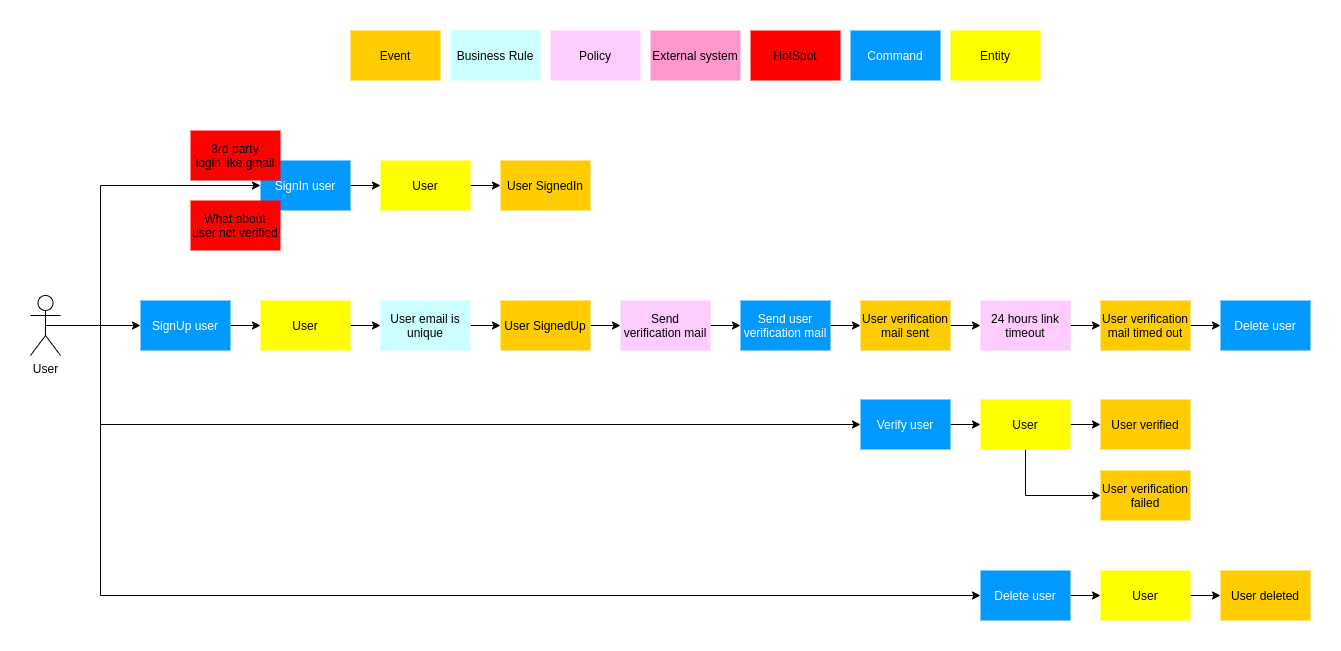
faparicior/ddd-symfony4-boilerplate keeps this draw.io diagram as doc/hugo/content/Bounded contexts/Users/UseCases/user-big-picture.png. Above is the earlier version. Source tidied: cells renumbered, new cells last; positions are measured from the earlier drawing's top-left corner, leaving out a move shared by most shapes. Source of this version:
```xml
<mxGraphModel>
  <root>
    <mxCell id="0" />
    <mxCell id="1" parent="0" />
    <mxCell id="2" value="Event" style="rounded=0;whiteSpace=wrap;html=1;fillColor=#ffcc00;strokeColor=none;" parent="1" vertex="1">
      <mxGeometry x="320" width="90" height="50" as="geometry" />
    </mxCell>
    <mxCell id="3" value="Business Rule" style="rounded=0;whiteSpace=wrap;html=1;fillColor=#ccffff;strokeColor=none;" parent="1" vertex="1">
      <mxGeometry x="420" width="90" height="50" as="geometry" />
    </mxCell>
    <mxCell id="4" value="Policy" style="rounded=0;whiteSpace=wrap;html=1;fillColor=#ffccff;strokeColor=none;" parent="1" vertex="1">
      <mxGeometry x="520" width="90" height="50" as="geometry" />
    </mxCell>
    <mxCell id="5" value="External system" style="rounded=0;whiteSpace=wrap;html=1;fillColor=#ff99cc;strokeColor=none;" parent="1" vertex="1">
      <mxGeometry x="620" width="90" height="50" as="geometry" />
    </mxCell>
    <mxCell id="6" value="HotSpot" style="rounded=0;whiteSpace=wrap;html=1;fillColor=#ff0000;strokeColor=none;" parent="1" vertex="1">
      <mxGeometry x="720" width="90" height="50" as="geometry" />
    </mxCell>
    <mxCell id="7" value="Command" style="rounded=0;whiteSpace=wrap;html=1;fillColor=#0099ff;strokeColor=none;fontColor=#FFFFFF;" parent="1" vertex="1">
      <mxGeometry x="820" width="90" height="50" as="geometry" />
    </mxCell>
    <mxCell id="8" value="User SignedIn" style="rounded=0;whiteSpace=wrap;html=1;fillColor=#ffcc00;strokeColor=none;" parent="1" vertex="1">
      <mxGeometry x="470" y="130" width="90" height="50" as="geometry" />
    </mxCell>
    <mxCell id="9" style="edgeStyle=orthogonalEdgeStyle;rounded=0;jettySize=auto;html=1;exitX=1;exitY=0.5;exitDx=0;exitDy=0;entryX=0;entryY=0.5;entryDx=0;entryDy=0;fontColor=#FFFFFF;" parent="1" edge="1" source="10" target="32">
      <mxGeometry relative="1" as="geometry" />
    </mxCell>
    <mxCell id="10" value="User SignedUp" style="rounded=0;whiteSpace=wrap;html=1;fillColor=#ffcc00;strokeColor=none;" parent="1" vertex="1">
      <mxGeometry x="470" y="270" width="90" height="50" as="geometry" />
    </mxCell>
    <mxCell id="11" style="edgeStyle=orthogonalEdgeStyle;rounded=0;jettySize=auto;html=1;exitX=1;exitY=0.5;exitDx=0;exitDy=0;entryX=0;entryY=0.5;entryDx=0;entryDy=0;fontColor=#FFFFFF;" parent="1" edge="1" source="12" target="36">
      <mxGeometry relative="1" as="geometry" />
    </mxCell>
    <mxCell id="12" value="User verification&lt;br&gt;mail sent" style="rounded=0;whiteSpace=wrap;html=1;fillColor=#ffcc00;strokeColor=none;" parent="1" vertex="1">
      <mxGeometry x="830" y="270" width="90" height="50" as="geometry" />
    </mxCell>
    <mxCell id="13" style="edgeStyle=orthogonalEdgeStyle;rounded=0;jettySize=auto;html=1;exitX=1;exitY=0.5;exitDx=0;exitDy=0;fontColor=#000000;" parent="1" edge="1" source="14" target="51">
      <mxGeometry relative="1" as="geometry" />
    </mxCell>
    <mxCell id="14" value="User verification&lt;br&gt;mail timed out" style="rounded=0;whiteSpace=wrap;html=1;fillColor=#ffcc00;strokeColor=none;" parent="1" vertex="1">
      <mxGeometry x="1070" y="270" width="90" height="50" as="geometry" />
    </mxCell>
    <mxCell id="15" value="User verified" style="rounded=0;whiteSpace=wrap;html=1;fillColor=#ffcc00;strokeColor=none;" parent="1" vertex="1">
      <mxGeometry x="1070" y="369" width="90" height="50" as="geometry" />
    </mxCell>
    <mxCell id="16" value="User verification&lt;br&gt;failed" style="rounded=0;whiteSpace=wrap;html=1;fillColor=#ffcc00;strokeColor=none;" parent="1" vertex="1">
      <mxGeometry x="1070" y="440" width="90" height="50" as="geometry" />
    </mxCell>
    <mxCell id="17" value="User deleted" style="rounded=0;whiteSpace=wrap;html=1;fillColor=#ffcc00;strokeColor=none;" parent="1" vertex="1">
      <mxGeometry x="1190" y="540" width="90" height="50" as="geometry" />
    </mxCell>
    <mxCell id="18" value="Entity" style="rounded=0;whiteSpace=wrap;html=1;fillColor=#ffff00;strokeColor=none;" parent="1" vertex="1">
      <mxGeometry x="920" width="90" height="50" as="geometry" />
    </mxCell>
    <mxCell id="19" style="edgeStyle=orthogonalEdgeStyle;rounded=0;jettySize=auto;html=1;exitX=1;exitY=0.5;exitDx=0;exitDy=0;entryX=0;entryY=0.5;entryDx=0;entryDy=0;fontColor=#FFFFFF;" parent="1" edge="1" source="20" target="22">
      <mxGeometry relative="1" as="geometry" />
    </mxCell>
    <mxCell id="20" value="SignIn user" style="rounded=0;whiteSpace=wrap;html=1;fillColor=#0099ff;strokeColor=none;fontColor=#FFFFFF;" parent="1" vertex="1">
      <mxGeometry x="230" y="130" width="90" height="50" as="geometry" />
    </mxCell>
    <mxCell id="21" style="edgeStyle=orthogonalEdgeStyle;rounded=0;jettySize=auto;html=1;exitX=1;exitY=0.5;exitDx=0;exitDy=0;entryX=0;entryY=0.5;entryDx=0;entryDy=0;fontColor=#FFFFFF;" parent="1" edge="1" source="22" target="8">
      <mxGeometry relative="1" as="geometry" />
    </mxCell>
    <mxCell id="22" value="User" style="rounded=0;whiteSpace=wrap;html=1;fillColor=#ffff00;strokeColor=none;" parent="1" vertex="1">
      <mxGeometry x="350" y="130" width="90" height="50" as="geometry" />
    </mxCell>
    <mxCell id="23" value="3rd party&lt;br&gt;login like gmail" style="rounded=0;whiteSpace=wrap;html=1;fillColor=#ff0000;strokeColor=none;" parent="1" vertex="1">
      <mxGeometry x="160" y="100" width="90" height="50" as="geometry" />
    </mxCell>
    <mxCell id="24" value="What about&lt;br&gt;user not verified" style="rounded=0;whiteSpace=wrap;html=1;fillColor=#ff0000;strokeColor=none;" parent="1" vertex="1">
      <mxGeometry x="160" y="170" width="90" height="50" as="geometry" />
    </mxCell>
    <mxCell id="25" style="edgeStyle=orthogonalEdgeStyle;rounded=0;jettySize=auto;html=1;exitX=1;exitY=0.5;exitDx=0;exitDy=0;entryX=0;entryY=0.5;entryDx=0;entryDy=0;fontColor=#FFFFFF;" parent="1" edge="1" source="26" target="10">
      <mxGeometry relative="1" as="geometry" />
    </mxCell>
    <mxCell id="26" value="User email is unique" style="rounded=0;whiteSpace=wrap;html=1;fillColor=#ccffff;strokeColor=none;" parent="1" vertex="1">
      <mxGeometry x="350" y="270" width="90" height="50" as="geometry" />
    </mxCell>
    <mxCell id="27" style="edgeStyle=orthogonalEdgeStyle;rounded=0;jettySize=auto;html=1;exitX=1;exitY=0.5;exitDx=0;exitDy=0;entryX=0;entryY=0.5;entryDx=0;entryDy=0;fontColor=#FFFFFF;" parent="1" edge="1" source="28" target="30">
      <mxGeometry relative="1" as="geometry" />
    </mxCell>
    <mxCell id="28" value="SignUp user" style="rounded=0;whiteSpace=wrap;html=1;fillColor=#0099ff;strokeColor=none;fontColor=#FFFFFF;" parent="1" vertex="1">
      <mxGeometry x="110" y="270" width="90" height="50" as="geometry" />
    </mxCell>
    <mxCell id="29" style="edgeStyle=orthogonalEdgeStyle;rounded=0;jettySize=auto;html=1;exitX=1;exitY=0.5;exitDx=0;exitDy=0;entryX=0;entryY=0.5;entryDx=0;entryDy=0;fontColor=#FFFFFF;" parent="1" edge="1" source="30" target="26">
      <mxGeometry relative="1" as="geometry" />
    </mxCell>
    <mxCell id="30" value="User" style="rounded=0;whiteSpace=wrap;html=1;fillColor=#ffff00;strokeColor=none;" parent="1" vertex="1">
      <mxGeometry x="230" y="270" width="90" height="50" as="geometry" />
    </mxCell>
    <mxCell id="31" style="edgeStyle=orthogonalEdgeStyle;rounded=0;jettySize=auto;html=1;exitX=1;exitY=0.5;exitDx=0;exitDy=0;entryX=0;entryY=0.5;entryDx=0;entryDy=0;fontColor=#FFFFFF;" parent="1" edge="1" source="32" target="34">
      <mxGeometry relative="1" as="geometry" />
    </mxCell>
    <mxCell id="32" value="Send verification mail" style="rounded=0;whiteSpace=wrap;html=1;fillColor=#ffccff;strokeColor=none;" parent="1" vertex="1">
      <mxGeometry x="590" y="270" width="90" height="50" as="geometry" />
    </mxCell>
    <mxCell id="33" style="edgeStyle=orthogonalEdgeStyle;rounded=0;jettySize=auto;html=1;exitX=1;exitY=0.5;exitDx=0;exitDy=0;fontColor=#FFFFFF;" parent="1" edge="1" source="34" target="12">
      <mxGeometry relative="1" as="geometry" />
    </mxCell>
    <mxCell id="34" value="Send user verification mail" style="rounded=0;whiteSpace=wrap;html=1;fillColor=#0099ff;strokeColor=none;fontColor=#FFFFFF;" parent="1" vertex="1">
      <mxGeometry x="710" y="270" width="90" height="50" as="geometry" />
    </mxCell>
    <mxCell id="35" style="edgeStyle=orthogonalEdgeStyle;rounded=0;jettySize=auto;html=1;exitX=1;exitY=0.5;exitDx=0;exitDy=0;entryX=0;entryY=0.5;entryDx=0;entryDy=0;fontColor=#FFFFFF;" parent="1" edge="1" source="36" target="14">
      <mxGeometry relative="1" as="geometry" />
    </mxCell>
    <mxCell id="36" value="24 hours link timeout" style="rounded=0;whiteSpace=wrap;html=1;fillColor=#ffccff;strokeColor=none;" parent="1" vertex="1">
      <mxGeometry x="950" y="270" width="90" height="50" as="geometry" />
    </mxCell>
    <mxCell id="37" style="edgeStyle=orthogonalEdgeStyle;rounded=0;jettySize=auto;html=1;exitX=1;exitY=0.5;exitDx=0;exitDy=0;entryX=0;entryY=0.5;entryDx=0;entryDy=0;fontColor=#FFFFFF;" parent="1" edge="1" source="38" target="41">
      <mxGeometry relative="1" as="geometry" />
    </mxCell>
    <mxCell id="38" value="Verify user" style="rounded=0;whiteSpace=wrap;html=1;fillColor=#0099ff;strokeColor=none;fontColor=#FFFFFF;" parent="1" vertex="1">
      <mxGeometry x="830" y="369" width="90" height="50" as="geometry" />
    </mxCell>
    <mxCell id="39" style="edgeStyle=orthogonalEdgeStyle;rounded=0;jettySize=auto;html=1;exitX=1;exitY=0.5;exitDx=0;exitDy=0;entryX=0;entryY=0.5;entryDx=0;entryDy=0;fontColor=#FFFFFF;" parent="1" edge="1" source="41" target="15">
      <mxGeometry relative="1" as="geometry" />
    </mxCell>
    <mxCell id="40" style="edgeStyle=orthogonalEdgeStyle;rounded=0;jettySize=auto;html=1;exitX=0.5;exitY=1;exitDx=0;exitDy=0;entryX=0;entryY=0.5;entryDx=0;entryDy=0;fontColor=#FFFFFF;" parent="1" edge="1" source="41" target="16">
      <mxGeometry relative="1" as="geometry" />
    </mxCell>
    <mxCell id="41" value="User" style="rounded=0;whiteSpace=wrap;html=1;fillColor=#ffff00;strokeColor=none;" parent="1" vertex="1">
      <mxGeometry x="950" y="369" width="90" height="50" as="geometry" />
    </mxCell>
    <mxCell id="42" style="edgeStyle=orthogonalEdgeStyle;rounded=0;jettySize=auto;html=1;exitX=1;exitY=0.5;exitDx=0;exitDy=0;entryX=0;entryY=0.5;entryDx=0;entryDy=0;fontColor=#FFFFFF;" parent="1" edge="1" source="43" target="45">
      <mxGeometry relative="1" as="geometry" />
    </mxCell>
    <mxCell id="43" value="Delete user" style="rounded=0;whiteSpace=wrap;html=1;fillColor=#0099ff;strokeColor=none;fontColor=#FFFFFF;" parent="1" vertex="1">
      <mxGeometry x="950" y="540" width="90" height="50" as="geometry" />
    </mxCell>
    <mxCell id="44" style="edgeStyle=orthogonalEdgeStyle;rounded=0;jettySize=auto;html=1;exitX=1;exitY=0.5;exitDx=0;exitDy=0;entryX=0;entryY=0.5;entryDx=0;entryDy=0;fontColor=#FFFFFF;" parent="1" edge="1" source="45" target="17">
      <mxGeometry relative="1" as="geometry" />
    </mxCell>
    <mxCell id="45" value="User" style="rounded=0;whiteSpace=wrap;html=1;fillColor=#ffff00;strokeColor=none;" parent="1" vertex="1">
      <mxGeometry x="1070" y="540" width="90" height="50" as="geometry" />
    </mxCell>
    <mxCell id="46" style="edgeStyle=orthogonalEdgeStyle;rounded=0;jettySize=auto;html=1;exitX=0.5;exitY=0.5;exitDx=0;exitDy=0;exitPerimeter=0;entryX=0;entryY=0.5;entryDx=0;entryDy=0;fontColor=#FFFFFF;" parent="1" edge="1" source="50" target="28">
      <mxGeometry relative="1" as="geometry" />
    </mxCell>
    <mxCell id="47" style="edgeStyle=orthogonalEdgeStyle;rounded=0;jettySize=auto;html=1;exitX=0.5;exitY=0.5;exitDx=0;exitDy=0;exitPerimeter=0;entryX=0;entryY=0.5;entryDx=0;entryDy=0;fontColor=#000000;" parent="1" edge="1" source="50" target="38">
      <mxGeometry relative="1" as="geometry">
        <Array as="points">
          <mxPoint x="70" y="295" />
          <mxPoint x="70" y="394" />
        </Array>
      </mxGeometry>
    </mxCell>
    <mxCell id="48" style="edgeStyle=orthogonalEdgeStyle;rounded=0;jettySize=auto;html=1;exitX=0.5;exitY=0.5;exitDx=0;exitDy=0;exitPerimeter=0;entryX=0;entryY=0.5;entryDx=0;entryDy=0;fontColor=#000000;" parent="1" edge="1" source="50" target="20">
      <mxGeometry relative="1" as="geometry">
        <Array as="points">
          <mxPoint x="70" y="295" />
          <mxPoint x="70" y="155" />
        </Array>
      </mxGeometry>
    </mxCell>
    <mxCell id="49" style="edgeStyle=orthogonalEdgeStyle;rounded=0;jettySize=auto;html=1;exitX=0.5;exitY=0.5;exitDx=0;exitDy=0;exitPerimeter=0;entryX=0;entryY=0.5;entryDx=0;entryDy=0;fontColor=#000000;" parent="1" edge="1" source="50" target="43">
      <mxGeometry relative="1" as="geometry">
        <Array as="points">
          <mxPoint x="70" y="295" />
          <mxPoint x="70" y="565" />
        </Array>
      </mxGeometry>
    </mxCell>
    <mxCell id="50" value="User" style="shape=umlActor;verticalLabelPosition=bottom;labelBackgroundColor=#ffffff;verticalAlign=top;html=1;outlineConnect=0;fontColor=#000000;" parent="1" vertex="1">
      <mxGeometry y="265" width="30" height="60" as="geometry" />
    </mxCell>
    <mxCell id="51" value="Delete user" style="rounded=0;whiteSpace=wrap;html=1;fillColor=#0099ff;strokeColor=none;fontColor=#FFFFFF;" parent="1" vertex="1">
      <mxGeometry x="1190" y="270" width="90" height="50" as="geometry" />
    </mxCell>
  </root>
</mxGraphModel>
```
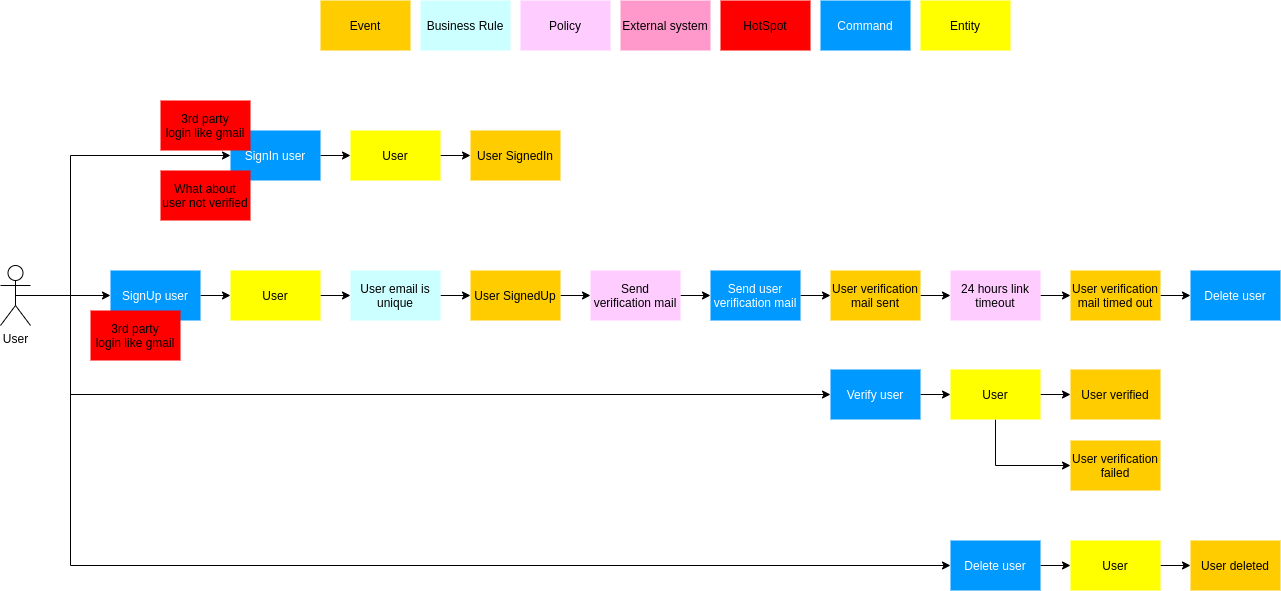
After the commit.

Diff of the diagram source:
```diff
@@ -167,5 +167,8 @@
     <mxCell id="51" value="Delete user" style="rounded=0;whiteSpace=wrap;html=1;fillColor=#0099ff;strokeColor=none;fontColor=#FFFFFF;" parent="1" vertex="1">
       <mxGeometry x="1190" y="270" width="90" height="50" as="geometry" />
     </mxCell>
+    <mxCell id="52" value="3rd party&lt;br&gt;login like gmail" style="rounded=0;whiteSpace=wrap;html=1;fillColor=#ff0000;strokeColor=none;" parent="1" vertex="1">
+      <mxGeometry x="90" y="310" width="90" height="50" as="geometry" />
+    </mxCell>
   </root>
 </mxGraphModel>
```
